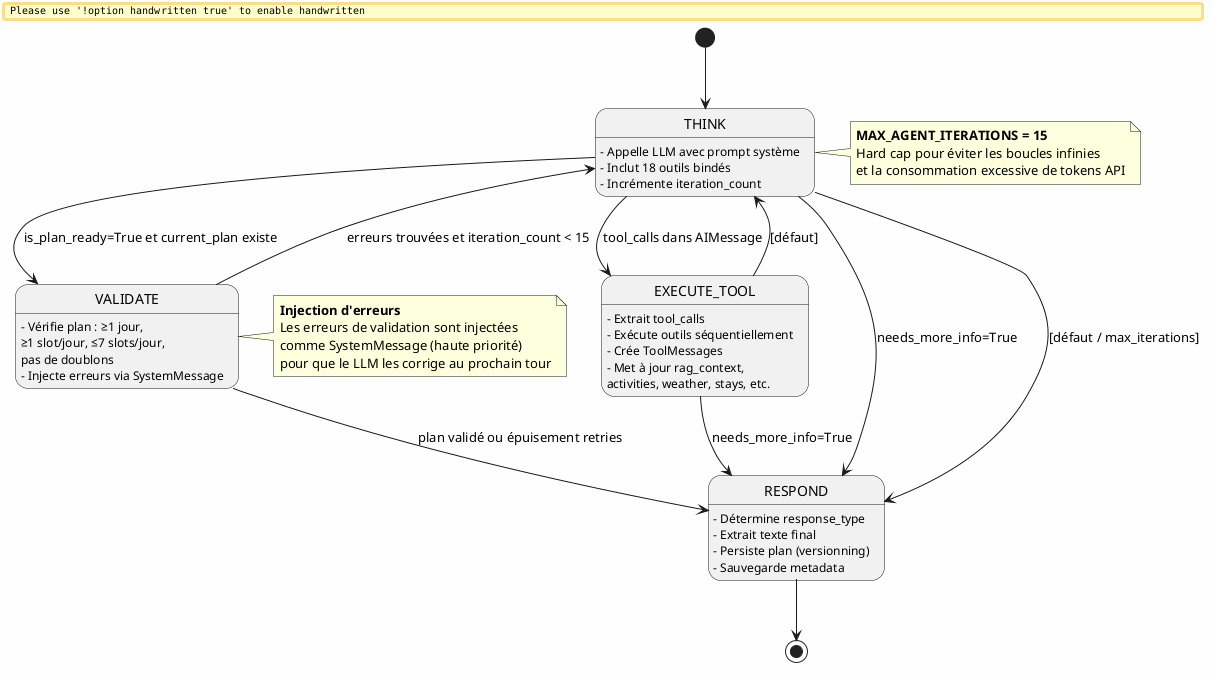
ahmed-addali/rapport keeps this PlantUML diagram as diagrams/fig_02_langgraph_graph.png. Above is the earlier version. Its diagram source:
```plantuml
@startuml
skinparam backgroundColor #FEFEFE
skinparam handwritten false
skinparam defaultFontName "Arial"

[*] --> THINK

state THINK {
  THINK : - Appelle LLM avec prompt système
  THINK : - Inclut 18 outils bindés
  THINK : - Incrémente iteration_count
}

THINK --> EXECUTE_TOOL : tool_calls dans AIMessage
THINK --> RESPOND : needs_more_info=True
THINK --> VALIDATE : is_plan_ready=True et current_plan existe
THINK --> RESPOND : [défaut / max_iterations]

state EXECUTE_TOOL {
  EXECUTE_TOOL : - Extrait tool_calls
  EXECUTE_TOOL : - Exécute outils séquentiellement
  EXECUTE_TOOL : - Crée ToolMessages
  EXECUTE_TOOL : - Met à jour rag_context,
  EXECUTE_TOOL :   activities, weather, stays, etc.
}

EXECUTE_TOOL --> THINK : [défaut]
EXECUTE_TOOL --> RESPOND : needs_more_info=True

state VALIDATE {
  VALIDATE : - Vérifie plan : ≥1 jour,
  VALIDATE :   ≥1 slot/jour, ≤7 slots/jour,
  VALIDATE :   pas de doublons
  VALIDATE : - Injecte erreurs via SystemMessage
}

VALIDATE --> THINK : erreurs trouvées et iteration_count < 15
VALIDATE --> RESPOND : plan validé ou épuisement retries

state RESPOND {
  RESPOND : - Détermine response_type
  RESPOND : - Extrait texte final
  RESPOND : - Persiste plan (versionning)
  RESPOND : - Sauvegarde metadata
}

RESPOND --> [*]

note right of THINK
  **MAX_AGENT_ITERATIONS = 15**
  Hard cap pour éviter les boucles infinies
  et la consommation excessive de tokens API
end note

note right of VALIDATE
  **Injection d'erreurs**
  Les erreurs de validation sont injectées
  comme SystemMessage (haute priorité)
  pour que le LLM les corrige au prochain tour
end note

@enduml
```
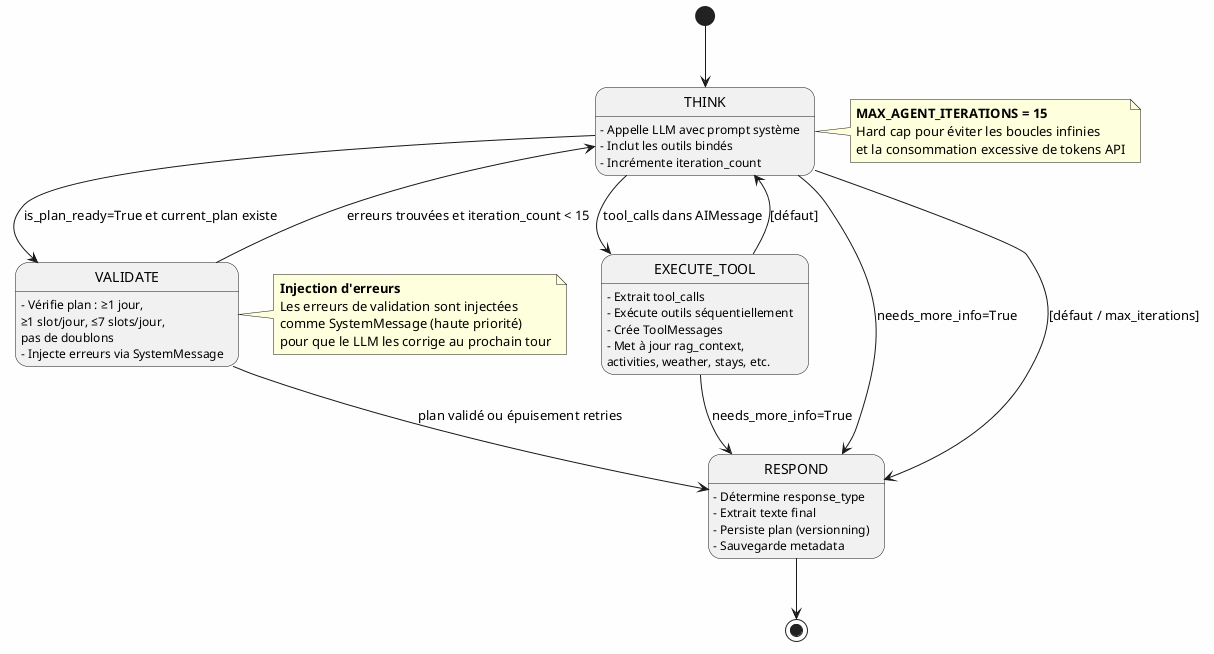
The same file after the commit.

What changed in the source:
```diff
@@ -1,13 +1,13 @@
 @startuml
 skinparam backgroundColor #FEFEFE
-skinparam handwritten false
+
 skinparam defaultFontName "Arial"
 
 [*] --> THINK
 
 state THINK {
   THINK : - Appelle LLM avec prompt système
-  THINK : - Inclut 18 outils bindés
+  THINK : - Inclut les outils bindés
   THINK : - Incrémente iteration_count
 }
 
```
